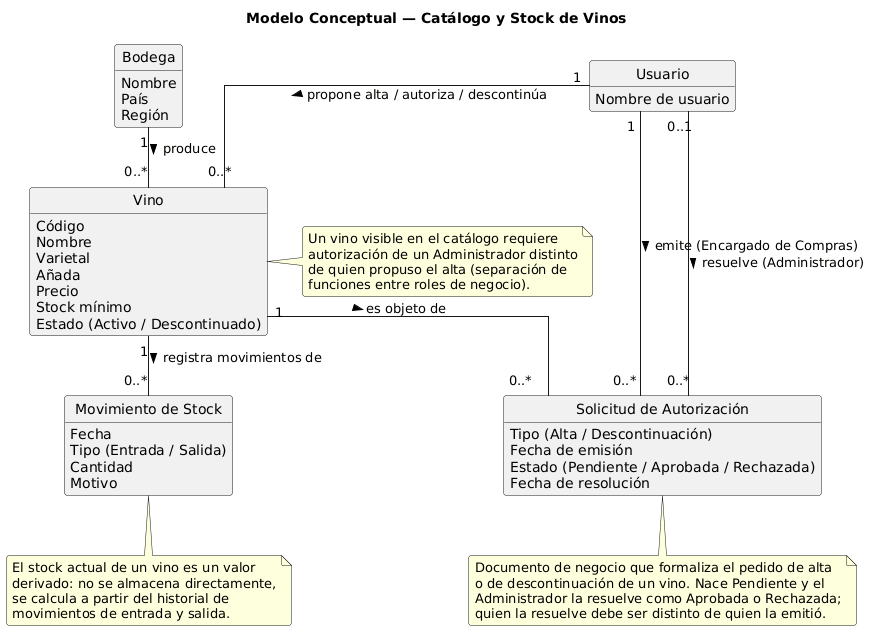
Jesifu/club-de-vinos-td keeps this PlantUML diagram as DIAGRAMAS/ModeloConceptual_CatalogoStock.png. Above is the earlier version.
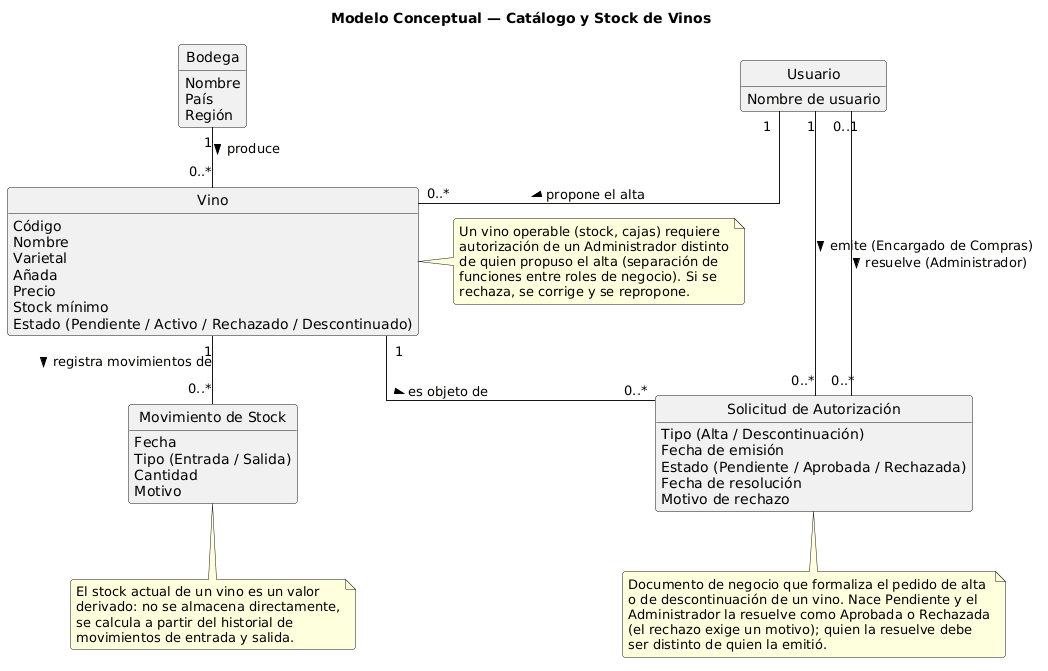
The same file after the commit.

Diff of the diagram source:
```diff
@@ -22,7 +22,7 @@
   Añada
   Precio
   Stock mínimo
-  {field} Estado (Activo / Descontinuado)
+  {field} Estado (Pendiente / Activo / Rechazado / Descontinuado)
 }
 
 class "Movimiento de Stock" as MovimientoStock {
@@ -37,6 +37,7 @@
   Fecha de emisión
   {field} Estado (Pendiente / Aprobada / Rechazada)
   Fecha de resolución
+  Motivo de rechazo
 }
 
 class Usuario {
@@ -45,24 +46,26 @@
 
 Bodega "1" -- "0..*" Vino             : produce >
 Vino   "1" -- "0..*" MovimientoStock  : registra movimientos de >
-Usuario "1" -- "0..*" Vino            : propone alta / autoriza / descontinúa >
+Usuario "1" -- "0..*" Vino            : propone el alta >
 
 Vino    "1" -- "0..*" SolicitudAutorizacion : es objeto de >
 Usuario "1" -- "0..*" SolicitudAutorizacion : emite (Encargado de Compras) >
 Usuario "0..1" -- "0..*" SolicitudAutorizacion : resuelve (Administrador) >
 
 note right of Vino
-  Un vino visible en el catálogo requiere
+  Un vino operable (stock, cajas) requiere
   autorización de un Administrador distinto
   de quien propuso el alta (separación de
-  funciones entre roles de negocio).
+  funciones entre roles de negocio). Si se
+  rechaza, se corrige y se repropone.
 end note
 
 note bottom of SolicitudAutorizacion
   Documento de negocio que formaliza el pedido de alta
   o de descontinuación de un vino. Nace Pendiente y el
-  Administrador la resuelve como Aprobada o Rechazada;
-  quien la resuelve debe ser distinto de quien la emitió.
+  Administrador la resuelve como Aprobada o Rechazada
+  (el rechazo exige un motivo); quien la resuelve debe
+  ser distinto de quien la emitió.
 end note
 
 note bottom of MovimientoStock
```
